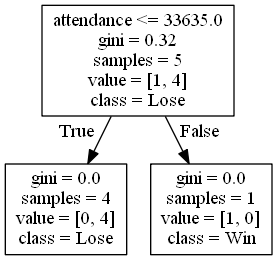
Above: DecisionTrees/Mountain Westdecision_tree_with_score15.png in alexana-steck/CSE482Project (Graphviz), before the change. Its source is kept beside it as DecisionTrees/Mountain Westdecision_tree_with_score15.dot. Its diagram source:
```dot
digraph Tree {
node [shape=box] ;
0 [label="attendance <= 33635.0\ngini = 0.32\nsamples = 5\nvalue = [1, 4]\nclass = Lose"] ;
1 [label="gini = 0.0\nsamples = 4\nvalue = [0, 4]\nclass = Lose"] ;
0 -> 1 [labeldistance=2.5, labelangle=45, headlabel="True"] ;
2 [label="gini = 0.0\nsamples = 1\nvalue = [1, 0]\nclass = Win"] ;
0 -> 2 [labeldistance=2.5, labelangle=-45, headlabel="False"] ;
}
```
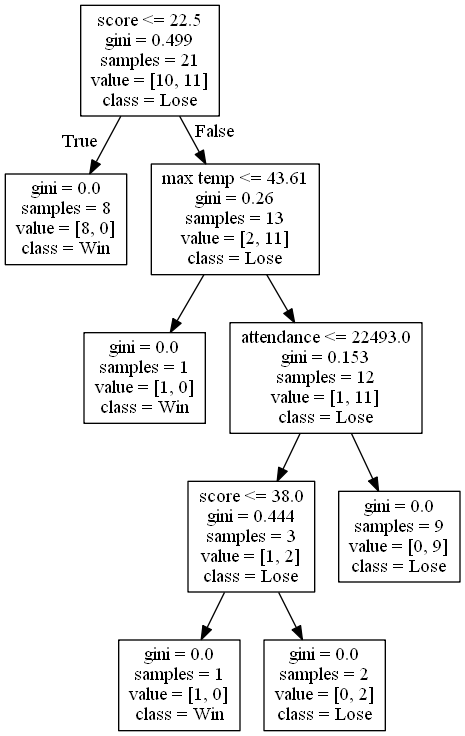
Later version of the same file.

Diff of the diagram source:
```diff
@@ -1,8 +1,20 @@
 digraph Tree {
 node [shape=box] ;
-0 [label="attendance <= 33635.0\ngini = 0.32\nsamples = 5\nvalue = [1, 4]\nclass = Lose"] ;
-1 [label="gini = 0.0\nsamples = 4\nvalue = [0, 4]\nclass = Lose"] ;
+0 [label="score <= 22.5\ngini = 0.499\nsamples = 21\nvalue = [10, 11]\nclass = Lose"] ;
+1 [label="gini = 0.0\nsamples = 8\nvalue = [8, 0]\nclass = Win"] ;
 0 -> 1 [labeldistance=2.5, labelangle=45, headlabel="True"] ;
-2 [label="gini = 0.0\nsamples = 1\nvalue = [1, 0]\nclass = Win"] ;
+2 [label="max temp <= 43.61\ngini = 0.26\nsamples = 13\nvalue = [2, 11]\nclass = Lose"] ;
 0 -> 2 [labeldistance=2.5, labelangle=-45, headlabel="False"] ;
+3 [label="gini = 0.0\nsamples = 1\nvalue = [1, 0]\nclass = Win"] ;
+2 -> 3 ;
+4 [label="attendance <= 22493.0\ngini = 0.153\nsamples = 12\nvalue = [1, 11]\nclass = Lose"] ;
+2 -> 4 ;
+5 [label="score <= 38.0\ngini = 0.444\nsamples = 3\nvalue = [1, 2]\nclass = Lose"] ;
+4 -> 5 ;
+6 [label="gini = 0.0\nsamples = 1\nvalue = [1, 0]\nclass = Win"] ;
+5 -> 6 ;
+7 [label="gini = 0.0\nsamples = 2\nvalue = [0, 2]\nclass = Lose"] ;
+5 -> 7 ;
+8 [label="gini = 0.0\nsamples = 9\nvalue = [0, 9]\nclass = Lose"] ;
+4 -> 8 ;
 }
```
